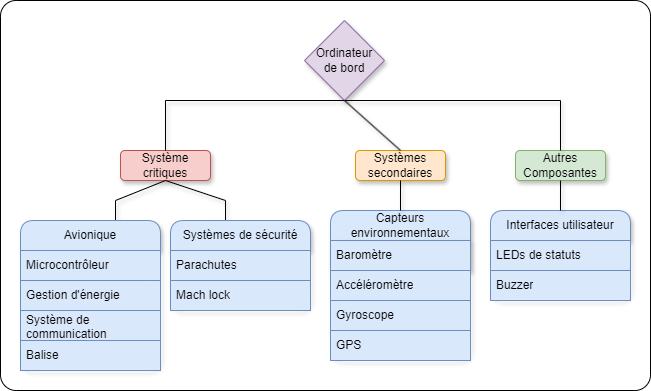
The draw.io diagram Documentation/ODB2/Explications/Diagram_Structure.png in GAULAvionique2024-2025/Ordinateur-de-bord, before a commit. Source tidied: cells renumbered, new cells last; positions are measured from the earlier drawing's top-left corner, leaving out a move shared by most shapes.
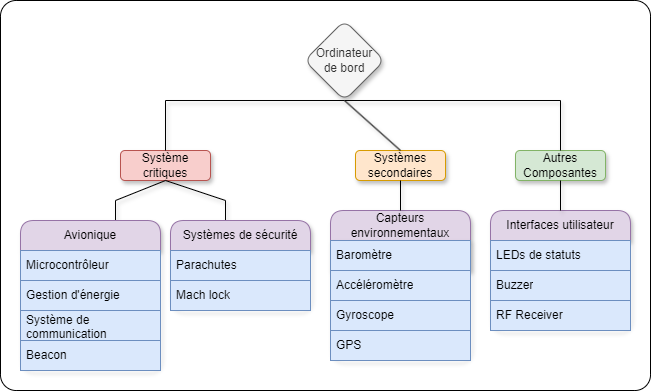
Above is the later version.

Commit message:
Fix diagramm with add beacon

Diff of the diagram source:
```diff
@@ -5,7 +5,7 @@
     <mxCell id="2" style="rounded=1;whiteSpace=wrap;html=1;arcSize=4;" parent="1" vertex="1">
       <mxGeometry width="650" height="390" as="geometry" />
     </mxCell>
-    <mxCell id="3" value="Ordinateur&lt;div&gt;de bord&lt;/div&gt;" style="rhombus;whiteSpace=wrap;html=1;fillColor=#e1d5e7;strokeColor=#9673a6;rounded=0;shadow=1;" parent="1" vertex="1">
+    <mxCell id="3" value="Ordinateur&lt;div&gt;de bord&lt;/div&gt;" style="rhombus;whiteSpace=wrap;html=1;fillColor=#f5f5f5;strokeColor=#666666;rounded=1;shadow=1;fontColor=#333333;" parent="1" vertex="1">
       <mxGeometry x="304" y="20" width="80" height="80" as="geometry" />
     </mxCell>
     <mxCell id="4" value="Systèmes secondaires" style="rounded=1;whiteSpace=wrap;html=1;shadow=1;fillColor=#ffe6cc;strokeColor=#d79b00;" parent="1" vertex="1">
@@ -50,7 +50,7 @@
         </Array>
       </mxGeometry>
     </mxCell>
-    <mxCell id="12" value="Avionique" style="swimlane;fontStyle=0;horizontal=1;startSize=30;whiteSpace=wrap;html=1;rounded=1;shadow=1;fillColor=#dae8fc;strokeColor=#6c8ebf;" parent="1" vertex="1">
+    <mxCell id="12" value="Avionique" style="swimlane;fontStyle=0;horizontal=1;startSize=30;whiteSpace=wrap;html=1;rounded=1;shadow=1;fillColor=#e1d5e7;strokeColor=#9673a6;" parent="1" vertex="1">
       <mxGeometry x="20" y="220" width="140" height="150" as="geometry" />
     </mxCell>
     <mxCell id="13" value="Microcontrôleur" style="text;strokeColor=#6c8ebf;fillColor=#dae8fc;align=left;verticalAlign=middle;spacingLeft=4;spacingRight=4;overflow=hidden;whiteSpace=wrap;html=1;" parent="12" vertex="1">
@@ -62,10 +62,10 @@
     <mxCell id="15" value="Système de communication" style="text;strokeColor=#6c8ebf;fillColor=#dae8fc;align=left;verticalAlign=middle;spacingLeft=4;spacingRight=4;overflow=hidden;whiteSpace=wrap;html=1;" parent="12" vertex="1">
       <mxGeometry y="90" width="140" height="30" as="geometry" />
     </mxCell>
-    <mxCell id="16" value="Balise" style="text;strokeColor=#6c8ebf;fillColor=#dae8fc;align=left;verticalAlign=middle;spacingLeft=4;spacingRight=4;overflow=hidden;whiteSpace=wrap;html=1;" parent="12" vertex="1">
+    <mxCell id="16" value="Beacon" style="text;strokeColor=#6c8ebf;fillColor=#dae8fc;align=left;verticalAlign=middle;spacingLeft=4;spacingRight=4;overflow=hidden;whiteSpace=wrap;html=1;" parent="12" vertex="1">
       <mxGeometry y="120" width="140" height="30" as="geometry" />
     </mxCell>
-    <mxCell id="17" value="Systèmes de sécurité" style="swimlane;fontStyle=0;horizontal=1;startSize=30;whiteSpace=wrap;html=1;rounded=1;shadow=1;fillColor=#dae8fc;strokeColor=#6c8ebf;" parent="1" vertex="1">
+    <mxCell id="17" value="Systèmes de sécurité" style="swimlane;fontStyle=0;horizontal=1;startSize=30;whiteSpace=wrap;html=1;rounded=1;shadow=1;fillColor=#e1d5e7;strokeColor=#9673a6;" parent="1" vertex="1">
       <mxGeometry x="170" y="220" width="140" height="90" as="geometry" />
     </mxCell>
     <mxCell id="18" value="Parachutes" style="text;strokeColor=#6c8ebf;fillColor=#dae8fc;align=left;verticalAlign=middle;spacingLeft=4;spacingRight=4;overflow=hidden;whiteSpace=wrap;html=1;" parent="17" vertex="1">
@@ -74,7 +74,7 @@
     <mxCell id="19" value="Mach lock" style="text;strokeColor=#6c8ebf;fillColor=#dae8fc;align=left;verticalAlign=middle;spacingLeft=4;spacingRight=4;overflow=hidden;whiteSpace=wrap;html=1;" parent="17" vertex="1">
       <mxGeometry y="60" width="140" height="30" as="geometry" />
     </mxCell>
-    <mxCell id="20" value="Capteurs environnementaux" style="swimlane;fontStyle=0;horizontal=1;startSize=30;whiteSpace=wrap;html=1;rounded=1;shadow=1;fillColor=#dae8fc;strokeColor=#6c8ebf;" parent="1" vertex="1">
+    <mxCell id="20" value="Capteurs environnementaux" style="swimlane;fontStyle=0;horizontal=1;startSize=30;whiteSpace=wrap;html=1;rounded=1;shadow=1;fillColor=#e1d5e7;strokeColor=#9673a6;" parent="1" vertex="1">
       <mxGeometry x="330" y="210" width="140" height="150" as="geometry" />
     </mxCell>
     <mxCell id="21" value="Baromètre" style="text;strokeColor=#6c8ebf;fillColor=#dae8fc;align=left;verticalAlign=middle;spacingLeft=4;spacingRight=4;overflow=hidden;whiteSpace=wrap;html=1;shadow=1;" parent="20" vertex="1">
@@ -89,8 +89,8 @@
     <mxCell id="24" value="GPS" style="text;strokeColor=#6c8ebf;fillColor=#dae8fc;align=left;verticalAlign=middle;spacingLeft=4;spacingRight=4;overflow=hidden;whiteSpace=wrap;html=1;" parent="20" vertex="1">
       <mxGeometry y="120" width="140" height="30" as="geometry" />
     </mxCell>
-    <mxCell id="25" value="Interfaces utilisateur" style="swimlane;fontStyle=0;horizontal=1;startSize=30;whiteSpace=wrap;html=1;rounded=1;shadow=1;fillColor=#dae8fc;strokeColor=#6c8ebf;" parent="1" vertex="1">
-      <mxGeometry x="490" y="210" width="140" height="90" as="geometry" />
+    <mxCell id="25" value="Interfaces utilisateur" style="swimlane;fontStyle=0;horizontal=1;startSize=30;whiteSpace=wrap;html=1;rounded=1;shadow=1;fillColor=#e1d5e7;strokeColor=#9673a6;" parent="1" vertex="1">
+      <mxGeometry x="490" y="210" width="140" height="120" as="geometry" />
     </mxCell>
     <mxCell id="26" value="LEDs de statuts" style="text;strokeColor=#6c8ebf;fillColor=#dae8fc;align=left;verticalAlign=middle;spacingLeft=4;spacingRight=4;overflow=hidden;whiteSpace=wrap;html=1;" parent="25" vertex="1">
       <mxGeometry y="30" width="140" height="30" as="geometry" />
@@ -98,6 +98,9 @@
     <mxCell id="27" value="Buzzer" style="text;strokeColor=#6c8ebf;fillColor=#dae8fc;align=left;verticalAlign=middle;spacingLeft=4;spacingRight=4;overflow=hidden;whiteSpace=wrap;html=1;" parent="25" vertex="1">
       <mxGeometry y="60" width="140" height="30" as="geometry" />
     </mxCell>
+    <mxCell id="30" value="RF Receiver" style="text;strokeColor=#6c8ebf;fillColor=#dae8fc;align=left;verticalAlign=middle;spacingLeft=4;spacingRight=4;overflow=hidden;whiteSpace=wrap;html=1;" parent="25" vertex="1">
+      <mxGeometry y="90" width="140" height="30" as="geometry" />
+    </mxCell>
     <mxCell id="28" style="endArrow=none;html=1;rounded=0;exitX=0.5;exitY=1;exitDx=0;exitDy=0;entryX=0.5;entryY=0;entryDx=0;entryDy=0;shadow=1;" parent="1" edge="1" source="4" target="20">
       <mxGeometry relative="1" as="geometry" />
     </mxCell>
```
